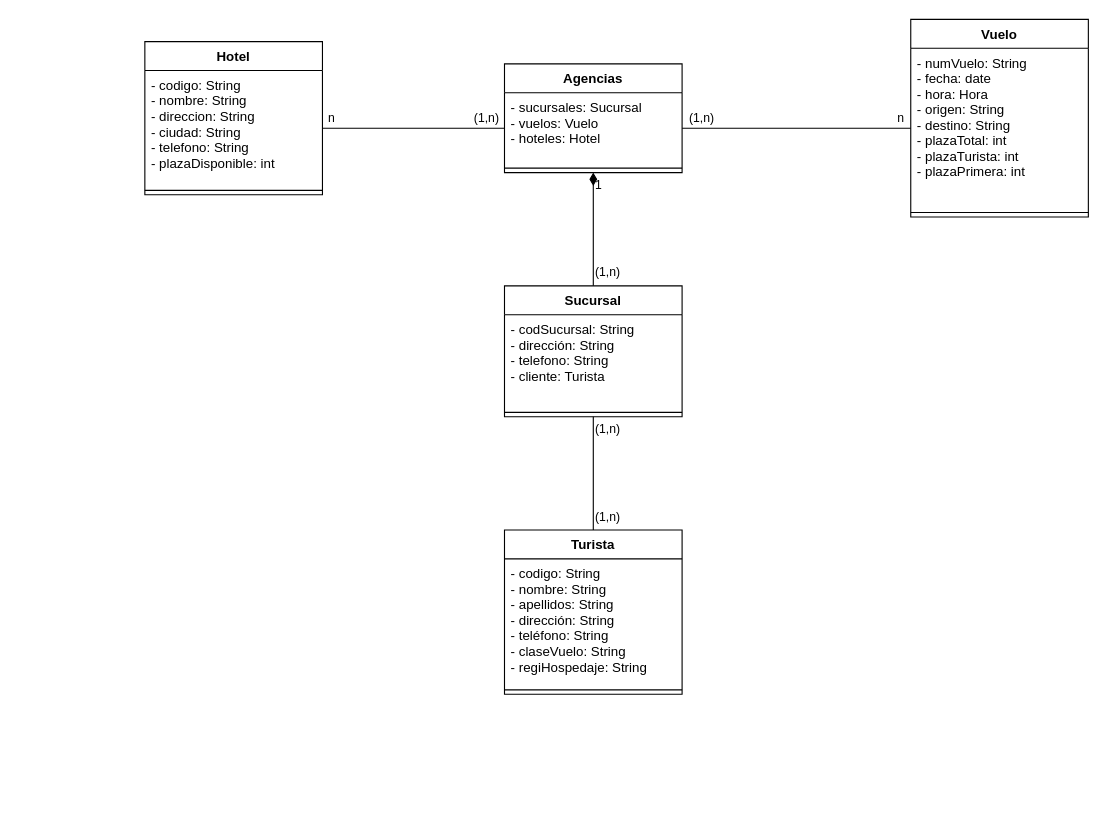
The draw.io diagram agencia de viajes.drawio in vmcabreu/Diagramas-de-Clase, before the edit. Source tidied: cells renumbered, new cells numbered last; positions are measured from the earlier drawing's top-left corner, leaving out a move shared by most shapes. Both pictures are drawn from the tidied source at 111%, with x=0, y=0 at pixel (144, 19).
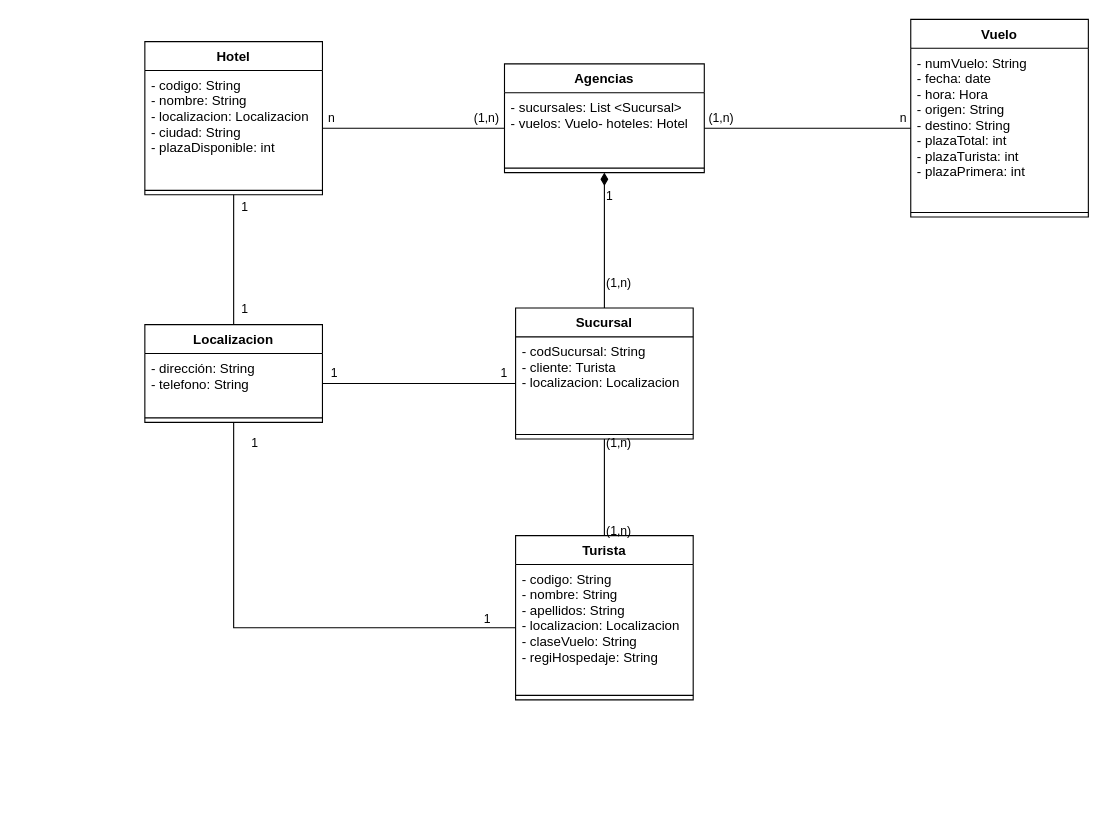
The same diagram, later.

The change refers to these unchanged cells:
```xml
<mxCell id="9" value="- numVuelo: String&#10;- fecha: date&#10;- hora: Hora&#10;- origen: String&#10;- destino: String&#10;- plazaTotal: int&#10;- plazaTurista: int&#10;- plazaPrimera: int&#10;&#10;" style="text;strokeColor=none;fillColor=none;align=left;verticalAlign=top;spacingLeft=4;spacingRight=4;overflow=hidden;points=[[0,0.5],[1,0.5]];portConstraint=eastwest;" parent="8" vertex="1">
  <mxGeometry y="26" width="160" height="144" as="geometry" />
</mxCell>
<mxCell id="14" value="Hotel" style="swimlane;fontStyle=1;align=center;verticalAlign=top;horizontal=1;startSize=26;" parent="1" vertex="1">
  <mxGeometry y="20" width="160" height="138" as="geometry" />
</mxCell>
```

Change to the diagram source:
```diff
@@
     <mxCell id="2" value="Agencias" style="swimlane;fontStyle=1;align=center;verticalAlign=top;horizontal=1;startSize=26;" parent="1" vertex="1">
-      <mxGeometry x="324" y="40" width="160" height="98" as="geometry" />
+      <mxGeometry x="324" y="40" width="180" height="98" as="geometry" />
     </mxCell>
-    <mxCell id="3" value="- sucursales: Sucursal&#10;- vuelos: Vuelo&#10;- hoteles: Hotel&#10;" style="text;strokeColor=none;fillColor=none;align=left;verticalAlign=top;spacingLeft=4;spacingRight=4;overflow=hidden;points=[[0,0.5],[1,0.5]];portConstraint=eastwest;" parent="2" vertex="1">
-      <mxGeometry y="26" width="160" height="64" as="geometry" />
+    <mxCell id="3" value="- sucursales: List &lt;Sucursal&gt;&#10;- vuelos: Vuelo- hoteles: Hotel&#10;" style="text;strokeColor=none;fillColor=none;align=left;verticalAlign=top;spacingLeft=4;spacingRight=4;overflow=hidden;points=[[0,0.5],[1,0.5]];portConstraint=eastwest;" parent="2" vertex="1">
+      <mxGeometry y="26" width="180" height="64" as="geometry" />
     </mxCell>
     <mxCell id="4" style="line;strokeWidth=1;fillColor=none;align=left;verticalAlign=middle;spacingTop=-1;spacingLeft=3;spacingRight=3;labelPosition=right;" parent="2" vertex="1">
-      <mxGeometry y="90" width="160" height="8" as="geometry" />
+      <mxGeometry y="90" width="180" height="8" as="geometry" />
     </mxCell>
     <mxCell id="5" value="Sucursal" style="swimlane;fontStyle=1;align=center;verticalAlign=top;horizontal=1;startSize=26;" parent="1" vertex="1">
-      <mxGeometry x="324" y="240" width="160" height="118" as="geometry" />
+      <mxGeometry x="334" y="260" width="160" height="118" as="geometry" />
     </mxCell>
-    <mxCell id="6" value="- codSucursal: String&#10;- dirección: String&#10;- telefono: String&#10;- cliente: Turista&#10;&#10;" style="text;strokeColor=none;fillColor=none;align=left;verticalAlign=top;spacingLeft=4;spacingRight=4;overflow=hidden;points=[[0,0.5],[1,0.5]];portConstraint=eastwest;" parent="5" vertex="1">
+    <mxCell id="6" value="- codSucursal: String&#10;- cliente: Turista&#10;- localizacion: Localizacion&#10;&#10;&#10;" style="text;strokeColor=none;fillColor=none;align=left;verticalAlign=top;spacingLeft=4;spacingRight=4;overflow=hidden;points=[[0,0.5],[1,0.5]];portConstraint=eastwest;" parent="5" vertex="1">
       <mxGeometry y="26" width="160" height="84" as="geometry" />
     </mxCell>
@@
     <mxCell id="11" value="Turista" style="swimlane;fontStyle=1;align=center;verticalAlign=top;horizontal=1;startSize=26;" parent="1" vertex="1">
-      <mxGeometry x="324" y="460" width="160" height="148" as="geometry" />
+      <mxGeometry x="334" y="465" width="160" height="148" as="geometry" />
     </mxCell>
-    <mxCell id="12" value="- codigo: String&#10;- nombre: String&#10;- apellidos: String&#10;- dirección: String&#10;- teléfono: String&#10;- claseVuelo: String&#10;- regiHospedaje: String&#10;&#10;&#10;" style="text;strokeColor=none;fillColor=none;align=left;verticalAlign=top;spacingLeft=4;spacingRight=4;overflow=hidden;points=[[0,0.5],[1,0.5]];portConstraint=eastwest;" parent="11" vertex="1">
+    <mxCell id="12" value="- codigo: String&#10;- nombre: String&#10;- apellidos: String&#10;- localizacion: Localizacion&#10;- claseVuelo: String&#10;- regiHospedaje: String&#10;&#10;&#10;" style="text;strokeColor=none;fillColor=none;align=left;verticalAlign=top;spacingLeft=4;spacingRight=4;overflow=hidden;points=[[0,0.5],[1,0.5]];portConstraint=eastwest;" parent="11" vertex="1">
       <mxGeometry y="26" width="160" height="114" as="geometry" />
     </mxCell>
@@
-    <mxCell id="15" value="- codigo: String&#10;- nombre: String&#10;- direccion: String&#10;- ciudad: String&#10;- telefono: String&#10;- plazaDisponible: int&#10;" style="text;strokeColor=none;fillColor=none;align=left;verticalAlign=top;spacingLeft=4;spacingRight=4;overflow=hidden;points=[[0,0.5],[1,0.5]];portConstraint=eastwest;" parent="14" vertex="1">
+    <mxCell id="15" value="- codigo: String&#10;- nombre: String&#10;- localizacion: Localizacion&#10;- ciudad: String&#10;- plazaDisponible: int&#10;" style="text;strokeColor=none;fillColor=none;align=left;verticalAlign=top;spacingLeft=4;spacingRight=4;overflow=hidden;points=[[0,0.5],[1,0.5]];portConstraint=eastwest;" parent="14" vertex="1">
       <mxGeometry y="26" width="160" height="104" as="geometry" />
     </mxCell>
@@
-    <mxCell id="17" value="(1,n)&amp;nbsp;&amp;nbsp;&amp;nbsp;&amp;nbsp;&amp;nbsp;&amp;nbsp;&amp;nbsp;&amp;nbsp;&amp;nbsp;&amp;nbsp;&amp;nbsp;&amp;nbsp;&amp;nbsp;&amp;nbsp;&amp;nbsp;&amp;nbsp;&amp;nbsp;&amp;nbsp;&amp;nbsp;&amp;nbsp;&amp;nbsp;&amp;nbsp;&amp;nbsp;&amp;nbsp;&amp;nbsp;&amp;nbsp;&amp;nbsp;&amp;nbsp;&amp;nbsp;&amp;nbsp;&amp;nbsp;&amp;nbsp;&amp;nbsp;&amp;nbsp;&amp;nbsp;&amp;nbsp;&amp;nbsp;&amp;nbsp;&amp;nbsp;&amp;nbsp;&amp;nbsp;&amp;nbsp;&amp;nbsp;&amp;nbsp;&amp;nbsp;&amp;nbsp;&amp;nbsp;&amp;nbsp;&amp;nbsp;&amp;nbsp;&amp;nbsp;&amp;nbsp;&amp;nbsp; n" style="endArrow=none;html=1;rounded=0;exitX=1;exitY=0.5;exitDx=0;exitDy=0;entryX=0;entryY=0.5;entryDx=0;entryDy=0;labelBackgroundColor=none;labelPosition=center;verticalLabelPosition=top;align=center;verticalAlign=bottom;" parent="1" edge="1" source="3" target="9">
+    <mxCell id="17" value="(1,n)&amp;nbsp;&amp;nbsp;&amp;nbsp;&amp;nbsp;&amp;nbsp;&amp;nbsp;&amp;nbsp;&amp;nbsp;&amp;nbsp;&amp;nbsp;&amp;nbsp;&amp;nbsp;&amp;nbsp;&amp;nbsp;&amp;nbsp;&amp;nbsp;&amp;nbsp;&amp;nbsp;&amp;nbsp;&amp;nbsp;&amp;nbsp;&amp;nbsp;&amp;nbsp;&amp;nbsp;&amp;nbsp;&amp;nbsp;&amp;nbsp;&amp;nbsp;&amp;nbsp;&amp;nbsp;&amp;nbsp;&amp;nbsp;&amp;nbsp;&amp;nbsp;&amp;nbsp;&amp;nbsp;&amp;nbsp;&amp;nbsp;&amp;nbsp;&amp;nbsp;&amp;nbsp;&amp;nbsp;&amp;nbsp;&amp;nbsp;&amp;nbsp;&amp;nbsp;&amp;nbsp;&amp;nbsp; n" style="endArrow=none;html=1;rounded=0;exitX=1;exitY=0.5;exitDx=0;exitDy=0;entryX=0;entryY=0.5;entryDx=0;entryDy=0;labelBackgroundColor=none;labelPosition=center;verticalLabelPosition=top;align=center;verticalAlign=bottom;" parent="1" edge="1" source="3" target="9">
       <mxGeometry relative="1" as="geometry" />
     </mxCell>
@@
+    <mxCell id="21" value="&lt;div&gt;&lt;br&gt;&lt;/div&gt;&lt;div&gt;1&lt;/div&gt;&lt;div&gt;&lt;br&gt;&lt;/div&gt;&lt;div&gt;&lt;br&gt;&lt;/div&gt;&lt;div&gt;&lt;br&gt;&lt;/div&gt;&lt;div&gt;&lt;br&gt;&lt;/div&gt;&lt;div&gt;&lt;br&gt;&lt;/div&gt;&lt;div&gt;&lt;br&gt;&lt;/div&gt;&lt;div&gt;&lt;br&gt;&lt;/div&gt;&lt;div&gt;&lt;br&gt;&lt;/div&gt;&lt;div&gt;&lt;br&gt;&lt;/div&gt;&lt;div&gt;&lt;br&gt;&lt;/div&gt;&lt;div&gt;&lt;br&gt;&lt;/div&gt;&lt;div&gt;&amp;nbsp;&amp;nbsp;&amp;nbsp;&amp;nbsp;&amp;nbsp;&amp;nbsp;&amp;nbsp;&amp;nbsp;&amp;nbsp;&amp;nbsp;&amp;nbsp;&amp;nbsp;&amp;nbsp;&amp;nbsp;&amp;nbsp;&amp;nbsp;&amp;nbsp;&amp;nbsp;&amp;nbsp;&amp;nbsp;&amp;nbsp;&amp;nbsp;&amp;nbsp;&amp;nbsp;&amp;nbsp;&amp;nbsp;&amp;nbsp;&amp;nbsp;&amp;nbsp;&amp;nbsp;&amp;nbsp;&amp;nbsp;&amp;nbsp;&amp;nbsp;&amp;nbsp;&amp;nbsp;&amp;nbsp;&amp;nbsp;&amp;nbsp;&amp;nbsp;&amp;nbsp;&amp;nbsp;&amp;nbsp;&amp;nbsp;&amp;nbsp;&amp;nbsp;&amp;nbsp;&amp;nbsp;&amp;nbsp;&amp;nbsp;&amp;nbsp;&amp;nbsp;&amp;nbsp;&amp;nbsp;&amp;nbsp;&amp;nbsp;&amp;nbsp;&amp;nbsp;&amp;nbsp;&amp;nbsp;&amp;nbsp;&amp;nbsp;&amp;nbsp;&amp;nbsp;&amp;nbsp;&amp;nbsp;&amp;nbsp;&amp;nbsp;&amp;nbsp;&amp;nbsp;&amp;nbsp;&amp;nbsp;&amp;nbsp;&amp;nbsp;&amp;nbsp;&amp;nbsp;&amp;nbsp;&amp;nbsp;&amp;nbsp;&amp;nbsp;&amp;nbsp;&amp;nbsp;&amp;nbsp;&amp;nbsp;&amp;nbsp;&amp;nbsp;&amp;nbsp;&amp;nbsp;&amp;nbsp;&amp;nbsp;&amp;nbsp;&amp;nbsp;&amp;nbsp;&amp;nbsp;&amp;nbsp;&amp;nbsp;&amp;nbsp;&amp;nbsp;&amp;nbsp;&amp;nbsp;&amp;nbsp;&amp;nbsp;&amp;nbsp;&amp;nbsp;&amp;nbsp;&amp;nbsp;&amp;nbsp;&amp;nbsp;&amp;nbsp;&amp;nbsp;&amp;nbsp;&amp;nbsp;&amp;nbsp;&amp;nbsp;&amp;nbsp;&amp;nbsp;&amp;nbsp;&amp;nbsp;&amp;nbsp;&amp;nbsp;&amp;nbsp;&amp;nbsp;&amp;nbsp;&amp;nbsp;&amp;nbsp;&amp;nbsp;&amp;nbsp;&amp;nbsp;&amp;nbsp;&amp;nbsp;&amp;nbsp;&amp;nbsp;&amp;nbsp;&amp;nbsp;&amp;nbsp;&amp;nbsp; 1 &lt;br&gt;&lt;/div&gt;&lt;div&gt;&lt;br&gt;&lt;/div&gt;&lt;div&gt;&lt;br&gt;&lt;/div&gt;&lt;div&gt;&lt;br&gt;&lt;/div&gt;&lt;div&gt;&lt;br&gt;&lt;/div&gt;&lt;div&gt;&lt;br&gt;&lt;/div&gt;&lt;div&gt;&lt;br&gt;&lt;/div&gt;&lt;div&gt;&lt;br&gt;&lt;/div&gt;&lt;div&gt;&lt;br&gt;&lt;/div&gt;&lt;div&gt;&lt;br&gt;&lt;/div&gt;&lt;div&gt;&lt;br&gt;&lt;/div&gt;&lt;div&gt;&lt;br&gt;&lt;/div&gt;&lt;div&gt;&lt;br&gt;&lt;/div&gt;&lt;div&gt;&amp;nbsp;&amp;nbsp;&amp;nbsp;&amp;nbsp;&amp;nbsp;&amp;nbsp;&amp;nbsp;&amp;nbsp;&amp;nbsp;&amp;nbsp;&amp;nbsp;&amp;nbsp;&amp;nbsp;&amp;nbsp;&amp;nbsp;&amp;nbsp;&amp;nbsp;&amp;nbsp;&amp;nbsp; &lt;/div&gt;" style="edgeStyle=orthogonalEdgeStyle;rounded=0;jettySize=auto;html=1;exitX=0.5;exitY=1;exitDx=0;exitDy=0;entryX=0;entryY=0.5;entryDx=0;entryDy=0;endArrow=none;endFill=0;labelBackgroundColor=none;" parent="1" edge="1" source="22" target="12">
+      <mxGeometry x="-0.07" y="8" relative="1" as="geometry" />
+    </mxCell>
+    <mxCell id="22" value="Localizacion" style="swimlane;fontStyle=1;align=center;verticalAlign=top;horizontal=1;startSize=26;" parent="1" vertex="1">
+      <mxGeometry y="275" width="160" height="88" as="geometry" />
+    </mxCell>
+    <mxCell id="23" value="- dirección: String&#10;- telefono: String&#10;" style="text;strokeColor=none;fillColor=none;align=left;verticalAlign=top;spacingLeft=4;spacingRight=4;overflow=hidden;points=[[0,0.5],[1,0.5]];portConstraint=eastwest;" parent="22" vertex="1">
+      <mxGeometry y="26" width="160" height="54" as="geometry" />
+    </mxCell>
+    <mxCell id="24" style="line;strokeWidth=1;fillColor=none;align=left;verticalAlign=middle;spacingTop=-1;spacingLeft=3;spacingRight=3;labelPosition=right;" parent="22" vertex="1">
+      <mxGeometry y="80" width="160" height="8" as="geometry" />
+    </mxCell>
+    <mxCell id="25" value="&lt;div&gt;1&lt;/div&gt;&lt;div&gt;&lt;br&gt;&lt;/div&gt;&lt;div&gt;&lt;br&gt;&lt;/div&gt;&lt;div&gt;&lt;br&gt;&lt;/div&gt;&lt;div&gt;&lt;br&gt;&lt;/div&gt;&lt;div&gt;&lt;br&gt;&lt;/div&gt;&lt;div&gt;&lt;br&gt;&lt;/div&gt;1" style="endArrow=none;html=1;rounded=0;exitX=0.5;exitY=0;exitDx=0;exitDy=0;entryX=0.5;entryY=1;entryDx=0;entryDy=0;labelBackgroundColor=none;labelPosition=center;verticalLabelPosition=top;align=center;verticalAlign=bottom;" parent="1" edge="1" source="22" target="14">
+      <mxGeometry x="-0.91" y="-10" relative="1" as="geometry" />
+    </mxCell>
+    <mxCell id="26" value="1&amp;nbsp;&amp;nbsp;&amp;nbsp;&amp;nbsp;&amp;nbsp;&amp;nbsp;&amp;nbsp;&amp;nbsp;&amp;nbsp;&amp;nbsp;&amp;nbsp;&amp;nbsp;&amp;nbsp;&amp;nbsp;&amp;nbsp;&amp;nbsp;&amp;nbsp;&amp;nbsp;&amp;nbsp;&amp;nbsp;&amp;nbsp;&amp;nbsp;&amp;nbsp;&amp;nbsp;&amp;nbsp;&amp;nbsp;&amp;nbsp;&amp;nbsp;&amp;nbsp;&amp;nbsp;&amp;nbsp;&amp;nbsp;&amp;nbsp;&amp;nbsp;&amp;nbsp;&amp;nbsp;&amp;nbsp;&amp;nbsp;&amp;nbsp;&amp;nbsp;&amp;nbsp;&amp;nbsp;&amp;nbsp;&amp;nbsp;&amp;nbsp;&amp;nbsp;&amp;nbsp; 1" style="edgeStyle=orthogonalEdgeStyle;rounded=0;jettySize=auto;html=1;exitX=1;exitY=0.5;exitDx=0;exitDy=0;entryX=0;entryY=0.5;entryDx=0;entryDy=0;endArrow=none;endFill=0;labelBackgroundColor=none;labelPosition=center;verticalLabelPosition=top;align=center;verticalAlign=bottom;" parent="1" edge="1" source="23" target="6">
+      <mxGeometry relative="1" as="geometry" />
+    </mxCell>
```
